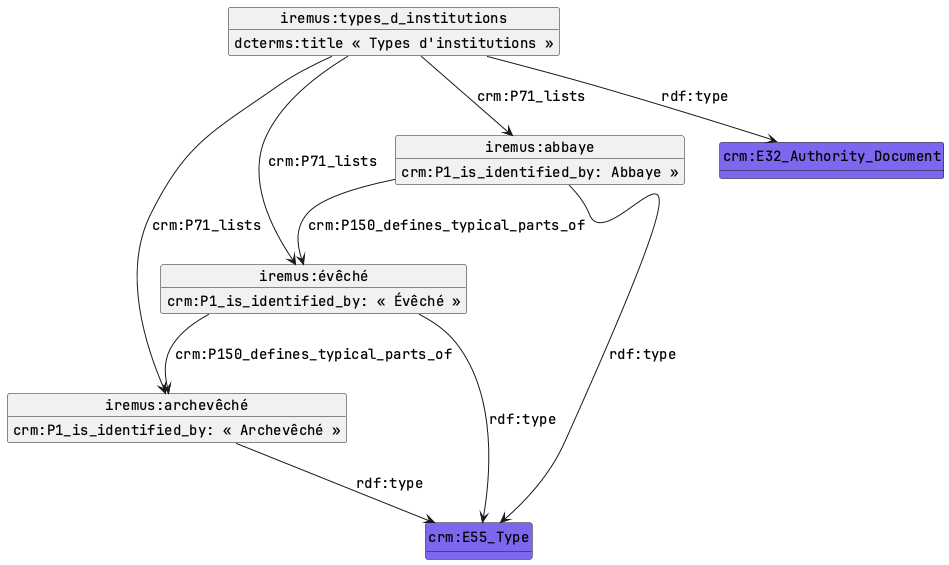
Earlier version of the PlantUML export 20260312-cm-crm/refar-institutions.png (Amleth/communications).
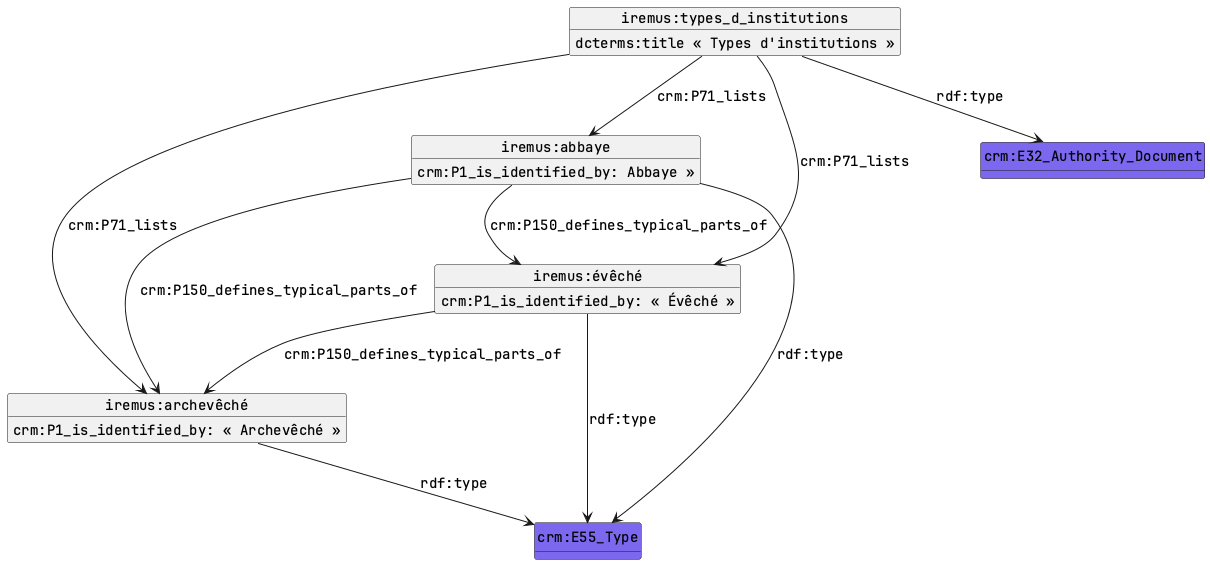
Above is the later version.

Diff of the diagram source:
```diff
@@ -36,5 +36,6 @@
 
 o_eve --> o_arc : "crm:P150_defines_typical_parts_of"
 o_abb --> o_eve : "crm:P150_defines_typical_parts_of"
+o_abb --> o_arc : "crm:P150_defines_typical_parts_of"
 
 @enduml
```
